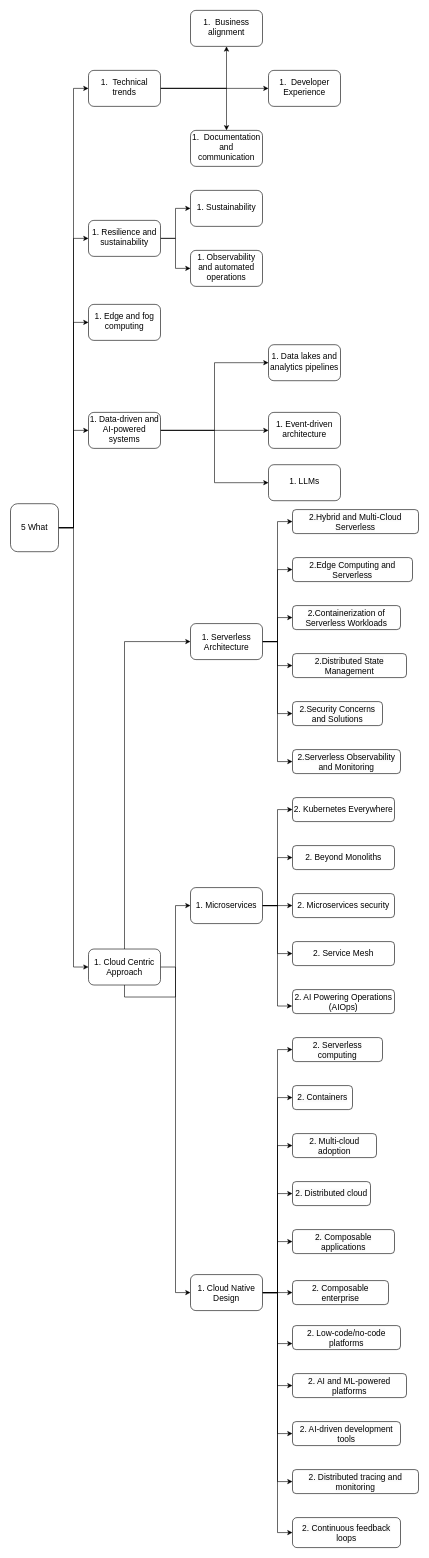
Above: page "5 What" (8 of 8) of SolutionArchitectureProcess.drawio in Gaur4vGaur/probable-octo (draw.io), before the change. Source tidied: cells renumbered, new cells numbered last; positions are measured from the earlier drawing's top-left corner, leaving out a move shared by most shapes. Both pictures are drawn from the tidied source at 60%, with x=0, y=0 at pixel (10, 10).
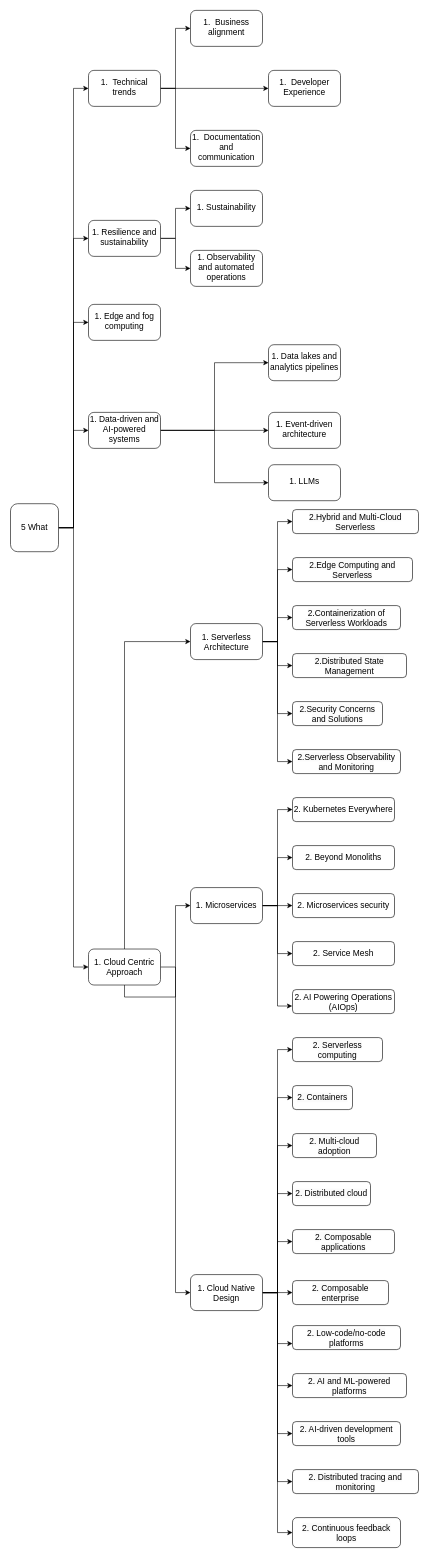
The same page after the edit.

The change refers to these unchanged cells:
```xml
<mxCell id="41" value="1.&amp;nbsp;&amp;nbsp;Technical trends&lt;span style=&quot;background-color: initial;&quot;&gt;&lt;br&gt;&lt;/span&gt;&lt;ul style=&quot;--tw-border-spacing-x: 0; --tw-border-spacing-y: 0; --tw-translate-x: 0; --tw-translate-y: 0; --tw-rotate: 0; --tw-skew-x: 0; --tw-skew-y: 0; --tw-scale-x: 1; --tw-scale-y: 1; --tw-pan-x: ; --tw-pan-y: ; --tw-pinch-zoom: ; --tw-scroll-snap-strictness: proximity; --tw-ordinal: ; --tw-slashed-zero: ; --tw-numeric-figure: ; --tw-numeric-spacing: ; --tw-numeric-fraction: ; --tw-ring-inset: ; --tw-ring-offset-width: 0px; --tw-ring-offset-color: #fff; --tw-ring-color: rgb(59 130 246 / .5); --tw-ring-offset-shadow: 0 0 #0000; --tw-ring-shadow: 0 0 #0000; --tw-shadow: 0 0 #0000; --tw-shadow-colored: 0 0 #0000; --tw-blur: ; --tw-brightness: ; --tw-contrast: ; --tw-grayscale: ; --tw-hue-rotate: ; --tw-invert: ; --tw-saturate: ; --tw-sepia: ; --tw-drop-shadow: ; --tw-backdrop-blur: ; --tw-backdrop-brightness: ; --tw-backdrop-contrast: ; --tw-backdrop-grayscale: ; --tw-backdrop-hue-rotate: ; --tw-backdrop-invert: ; --tw-backdrop-opacity: ; --tw-backdrop-saturate: ; --tw-backdrop-sepia: ; margin: 4px 0px; padding-inline-start: 36px;&quot;&gt;&lt;span style=&quot;--tw-border-spacing-x: 0; --tw-border-spacing-y: 0; --tw-translate-x: 0; --tw-translate-y: 0; --tw-rotate: 0; --tw-skew-x: 0; --tw-skew-y: 0; --tw-scale-x: 1; --tw-scale-y: 1; --tw-pan-x: ; --tw-pan-y: ; --tw-pinch-zoom: ; --tw-scroll-snap-strictness: proximity; --tw-ordinal: ; --tw-slashed-zero: ; --tw-numeric-figure: ; --tw-numeric-spacing: ; --tw-numeric-fraction: ; --tw-ring-inset: ; --tw-ring-offset-width: 0px; --tw-ring-offset-color: #fff; --tw-ring-color: rgb(59 130 246 / .5); --tw-ring-offset-shadow: 0 0 #0000; --tw-ring-shadow: 0 0 #0000; --tw-shadow: 0 0 #0000; --tw-shadow-colored: 0 0 #0000; --tw-blur: ; --tw-brightness: ; --tw-contrast: ; --tw-grayscale: ; --tw-hue-rotate: ; --tw-invert: ; --tw-saturate: ; --tw-sepia: ; --tw-drop-shadow: ; --tw-backdrop-blur: ; --tw-backdrop-brightness: ; --tw-backdrop-contrast: ; --tw-backdrop-grayscale: ; --tw-backdrop-hue-rotate: ; --tw-backdrop-invert: ; --tw-backdrop-opacity: ; --tw-backdrop-saturate: ; --tw-backdrop-sepia: ; color: rgb(227, 227, 227); font-family: &amp;quot;Google Sans&amp;quot;, &amp;quot;Helvetica Neue&amp;quot;, sans-serif; font-size: 16px; text-align: start; background-color: rgb(19, 19, 20);&quot;&gt;&lt;/span&gt;&lt;/ul&gt;" style="rounded=1;whiteSpace=wrap;html=1;fontSize=14;" parent="1" vertex="1">
  <mxGeometry x="130" y="99.8" width="120" height="60" as="geometry" />
</mxCell>
<mxCell id="47" value="1.&amp;nbsp;&amp;nbsp;Business alignment&lt;span style=&quot;background-color: initial;&quot;&gt;&lt;br&gt;&lt;/span&gt;&lt;ul style=&quot;--tw-border-spacing-x: 0; --tw-border-spacing-y: 0; --tw-translate-x: 0; --tw-translate-y: 0; --tw-rotate: 0; --tw-skew-x: 0; --tw-skew-y: 0; --tw-scale-x: 1; --tw-scale-y: 1; --tw-pan-x: ; --tw-pan-y: ; --tw-pinch-zoom: ; --tw-scroll-snap-strictness: proximity; --tw-ordinal: ; --tw-slashed-zero: ; --tw-numeric-figure: ; --tw-numeric-spacing: ; --tw-numeric-fraction: ; --tw-ring-inset: ; --tw-ring-offset-width: 0px; --tw-ring-offset-color: #fff; --tw-ring-color: rgb(59 130 246 / .5); --tw-ring-offset-shadow: 0 0 #0000; --tw-ring-shadow: 0 0 #0000; --tw-shadow: 0 0 #0000; --tw-shadow-colored: 0 0 #0000; --tw-blur: ; --tw-brightness: ; --tw-contrast: ; --tw-grayscale: ; --tw-hue-rotate: ; --tw-invert: ; --tw-saturate: ; --tw-sepia: ; --tw-drop-shadow: ; --tw-backdrop-blur: ; --tw-backdrop-brightness: ; --tw-backdrop-contrast: ; --tw-backdrop-grayscale: ; --tw-backdrop-hue-rotate: ; --tw-backdrop-invert: ; --tw-backdrop-opacity: ; --tw-backdrop-saturate: ; --tw-backdrop-sepia: ; margin: 4px 0px; padding-inline-start: 36px;&quot;&gt;&lt;span style=&quot;--tw-border-spacing-x: 0; --tw-border-spacing-y: 0; --tw-translate-x: 0; --tw-translate-y: 0; --tw-rotate: 0; --tw-skew-x: 0; --tw-skew-y: 0; --tw-scale-x: 1; --tw-scale-y: 1; --tw-pan-x: ; --tw-pan-y: ; --tw-pinch-zoom: ; --tw-scroll-snap-strictness: proximity; --tw-ordinal: ; --tw-slashed-zero: ; --tw-numeric-figure: ; --tw-numeric-spacing: ; --tw-numeric-fraction: ; --tw-ring-inset: ; --tw-ring-offset-width: 0px; --tw-ring-offset-color: #fff; --tw-ring-color: rgb(59 130 246 / .5); --tw-ring-offset-shadow: 0 0 #0000; --tw-ring-shadow: 0 0 #0000; --tw-shadow: 0 0 #0000; --tw-shadow-colored: 0 0 #0000; --tw-blur: ; --tw-brightness: ; --tw-contrast: ; --tw-grayscale: ; --tw-hue-rotate: ; --tw-invert: ; --tw-saturate: ; --tw-sepia: ; --tw-drop-shadow: ; --tw-backdrop-blur: ; --tw-backdrop-brightness: ; --tw-backdrop-contrast: ; --tw-backdrop-grayscale: ; --tw-backdrop-hue-rotate: ; --tw-backdrop-invert: ; --tw-backdrop-opacity: ; --tw-backdrop-saturate: ; --tw-backdrop-sepia: ; color: rgb(227, 227, 227); font-family: &amp;quot;Google Sans&amp;quot;, &amp;quot;Helvetica Neue&amp;quot;, sans-serif; font-size: 16px; text-align: start; background-color: rgb(19, 19, 20);&quot;&gt;&lt;/span&gt;&lt;/ul&gt;" style="rounded=1;whiteSpace=wrap;html=1;fontSize=14;" parent="1" vertex="1">
  <mxGeometry x="300" y="-0.2" width="120" height="60" as="geometry" />
</mxCell>
<mxCell id="49" value="1.&amp;nbsp;&amp;nbsp;Documentation and communication&lt;span style=&quot;background-color: initial;&quot;&gt;&lt;br&gt;&lt;/span&gt;&lt;ul style=&quot;--tw-border-spacing-x: 0; --tw-border-spacing-y: 0; --tw-translate-x: 0; --tw-translate-y: 0; --tw-rotate: 0; --tw-skew-x: 0; --tw-skew-y: 0; --tw-scale-x: 1; --tw-scale-y: 1; --tw-pan-x: ; --tw-pan-y: ; --tw-pinch-zoom: ; --tw-scroll-snap-strictness: proximity; --tw-ordinal: ; --tw-slashed-zero: ; --tw-numeric-figure: ; --tw-numeric-spacing: ; --tw-numeric-fraction: ; --tw-ring-inset: ; --tw-ring-offset-width: 0px; --tw-ring-offset-color: #fff; --tw-ring-color: rgb(59 130 246 / .5); --tw-ring-offset-shadow: 0 0 #0000; --tw-ring-shadow: 0 0 #0000; --tw-shadow: 0 0 #0000; --tw-shadow-colored: 0 0 #0000; --tw-blur: ; --tw-brightness: ; --tw-contrast: ; --tw-grayscale: ; --tw-hue-rotate: ; --tw-invert: ; --tw-saturate: ; --tw-sepia: ; --tw-drop-shadow: ; --tw-backdrop-blur: ; --tw-backdrop-brightness: ; --tw-backdrop-contrast: ; --tw-backdrop-grayscale: ; --tw-backdrop-hue-rotate: ; --tw-backdrop-invert: ; --tw-backdrop-opacity: ; --tw-backdrop-saturate: ; --tw-backdrop-sepia: ; margin: 4px 0px; padding-inline-start: 36px;&quot;&gt;&lt;span style=&quot;--tw-border-spacing-x: 0; --tw-border-spacing-y: 0; --tw-translate-x: 0; --tw-translate-y: 0; --tw-rotate: 0; --tw-skew-x: 0; --tw-skew-y: 0; --tw-scale-x: 1; --tw-scale-y: 1; --tw-pan-x: ; --tw-pan-y: ; --tw-pinch-zoom: ; --tw-scroll-snap-strictness: proximity; --tw-ordinal: ; --tw-slashed-zero: ; --tw-numeric-figure: ; --tw-numeric-spacing: ; --tw-numeric-fraction: ; --tw-ring-inset: ; --tw-ring-offset-width: 0px; --tw-ring-offset-color: #fff; --tw-ring-color: rgb(59 130 246 / .5); --tw-ring-offset-shadow: 0 0 #0000; --tw-ring-shadow: 0 0 #0000; --tw-shadow: 0 0 #0000; --tw-shadow-colored: 0 0 #0000; --tw-blur: ; --tw-brightness: ; --tw-contrast: ; --tw-grayscale: ; --tw-hue-rotate: ; --tw-invert: ; --tw-saturate: ; --tw-sepia: ; --tw-drop-shadow: ; --tw-backdrop-blur: ; --tw-backdrop-brightness: ; --tw-backdrop-contrast: ; --tw-backdrop-grayscale: ; --tw-backdrop-hue-rotate: ; --tw-backdrop-invert: ; --tw-backdrop-opacity: ; --tw-backdrop-saturate: ; --tw-backdrop-sepia: ; color: rgb(227, 227, 227); font-family: &amp;quot;Google Sans&amp;quot;, &amp;quot;Helvetica Neue&amp;quot;, sans-serif; font-size: 16px; text-align: start; background-color: rgb(19, 19, 20);&quot;&gt;&lt;/span&gt;&lt;/ul&gt;" style="rounded=1;whiteSpace=wrap;html=1;fontSize=14;" parent="1" vertex="1">
  <mxGeometry x="300" y="199.8" width="120" height="60" as="geometry" />
</mxCell>
```

Diff of the diagram source:
```diff
@@
-    <mxCell id="38" style="edgeStyle=orthogonalEdgeStyle;shape=connector;rounded=0;jettySize=auto;html=1;labelBackgroundColor=default;strokeColor=default;align=center;verticalAlign=middle;fontFamily=Helvetica;fontSize=11;fontColor=default;endArrow=classic;orthogonal=1;" parent="1" edge="1" source="41" target="47">
+    <mxCell id="38" style="edgeStyle=orthogonalEdgeStyle;shape=connector;rounded=0;jettySize=auto;html=1;labelBackgroundColor=default;strokeColor=default;align=center;verticalAlign=middle;fontFamily=Helvetica;fontSize=11;fontColor=default;endArrow=classic;orthogonal=1;entryX=0;entryY=0.5;entryDx=0;entryDy=0;" parent="1" edge="1" source="41" target="47">
       <mxGeometry relative="1" as="geometry" />
     </mxCell>
@@
-    <mxCell id="40" style="edgeStyle=orthogonalEdgeStyle;shape=connector;rounded=0;jettySize=auto;html=1;labelBackgroundColor=default;strokeColor=default;align=center;verticalAlign=middle;fontFamily=Helvetica;fontSize=11;fontColor=default;endArrow=classic;orthogonal=1;" parent="1" edge="1" source="41" target="49">
+    <mxCell id="40" style="edgeStyle=orthogonalEdgeStyle;shape=connector;rounded=0;jettySize=auto;html=1;labelBackgroundColor=default;strokeColor=default;align=center;verticalAlign=middle;fontFamily=Helvetica;fontSize=11;fontColor=default;endArrow=classic;orthogonal=1;entryX=0;entryY=0.5;entryDx=0;entryDy=0;" parent="1" edge="1" source="41" target="49">
       <mxGeometry relative="1" as="geometry" />
     </mxCell>
```
